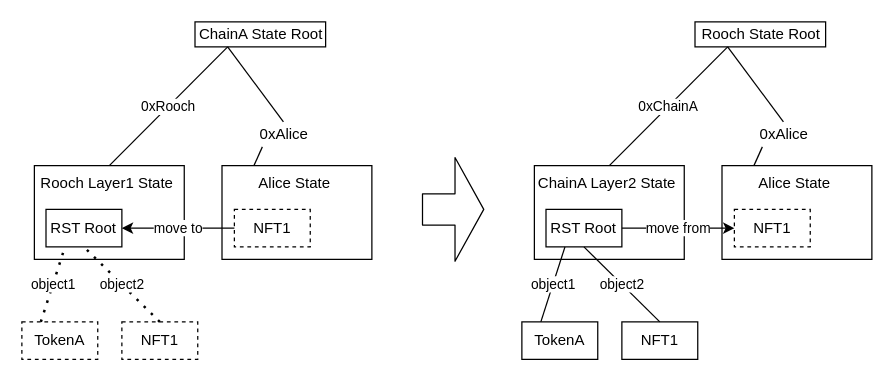
The draw.io diagram page "state-migrate" (6 of 20) of static/diagram/rooch.drawio in rooch-network/rooch-network.github.io, before the edit. Source tidied: cells renumbered, new cells numbered last; positions are measured from the earlier drawing's top-left corner, leaving out a move shared by most shapes. Both pictures are drawn from the tidied source at 125%, with x=0, y=0 at pixel (21, 21).
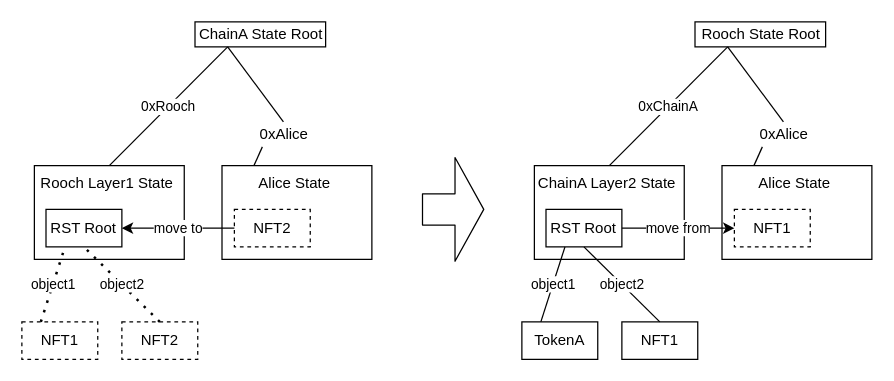
The same diagram, later.

Diff of the diagram source:
```diff
@@
-    <mxCell id="10" value="TokenA" style="rounded=0;whiteSpace=wrap;html=1;dashed=1;" parent="1" vertex="1">
+    <mxCell id="10" value="NFT1" style="rounded=0;whiteSpace=wrap;html=1;dashed=1;" parent="1" vertex="1">
       <mxGeometry y="240" width="60.7" height="30" as="geometry" />
     </mxCell>
-    <mxCell id="11" value="NFT1" style="rounded=0;whiteSpace=wrap;html=1;dashed=1;" parent="1" vertex="1">
+    <mxCell id="11" value="NFT2" style="rounded=0;whiteSpace=wrap;html=1;dashed=1;" parent="1" vertex="1">
       <mxGeometry x="80" y="240" width="60.7" height="30" as="geometry" />
     </mxCell>
@@
-    <mxCell id="14" value="NFT1" style="rounded=0;whiteSpace=wrap;html=1;dashed=1;" parent="1" vertex="1">
+    <mxCell id="14" value="NFT2" style="rounded=0;whiteSpace=wrap;html=1;dashed=1;" parent="1" vertex="1">
       <mxGeometry x="170" y="150" width="60.7" height="30" as="geometry" />
     </mxCell>
```
